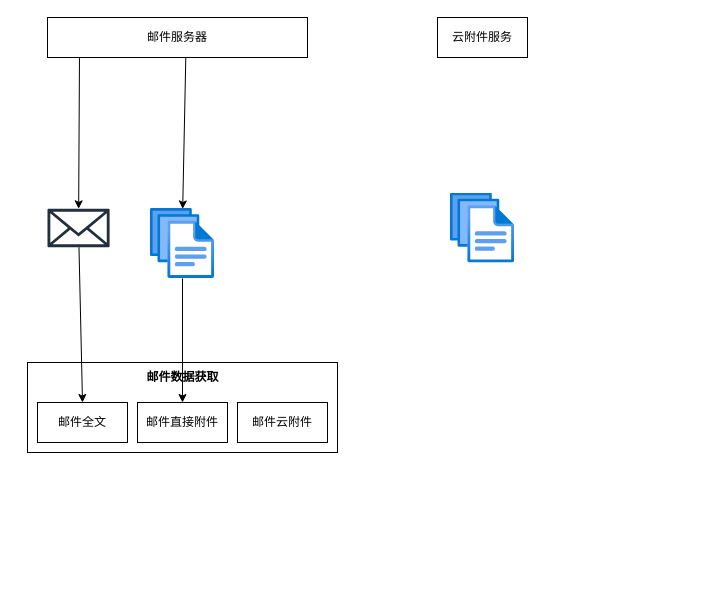
Before: 各种图.drawio in GreenTee-color/Documents, a draw.io diagram. Source tidied: cells renumbered, new cells numbered last; positions are measured from the earlier drawing's top-left corner, leaving out a move shared by most shapes. Both pictures are drawn from the tidied source at 100%, with x=0, y=0 at pixel (27, 17).
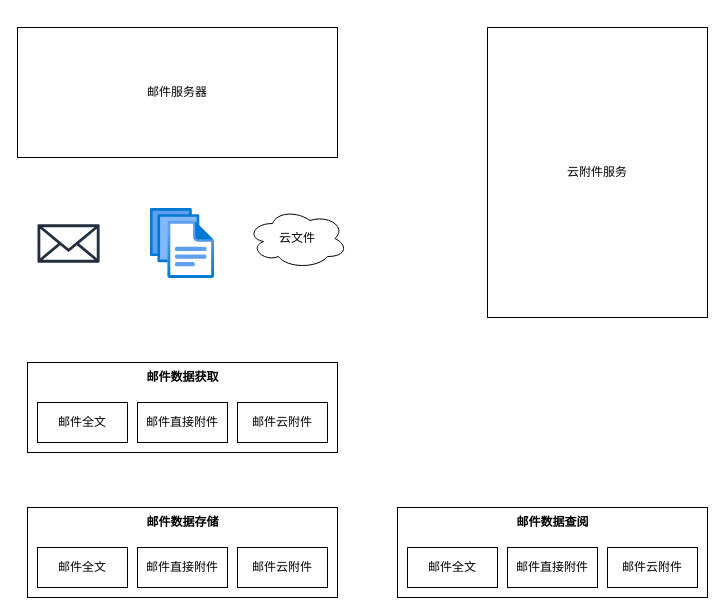
The same diagram, later.

Commit message (it also covers changes not shown here):
更新各种图.drawio

Unchanged cells that the change refers to:
```xml
<mxCell id="8" style="image;html=1;points=[];align=center;fontSize=12;image=img/lib/azure2/general/Files.svg;" parent="1" vertex="1">
  <mxGeometry x="123" y="191" width="64" height="70" as="geometry" />
</mxCell>
<mxCell id="11" value="邮件全文" style="rounded=0;whiteSpace=wrap;html=1;" parent="9" vertex="1">
  <mxGeometry x="10" y="40" width="90" height="40" as="geometry" />
</mxCell>
<mxCell id="12" value="邮件直接附件" style="rounded=0;whiteSpace=wrap;html=1;" parent="9" vertex="1">
  <mxGeometry x="110" y="40" width="90" height="40" as="geometry" />
</mxCell>
```

Change to the diagram source:
```diff
@@
-    <mxCell id="2" style="rounded=0;jettySize=auto;html=1;exitX=0.123;exitY=1.015;exitDx=0;exitDy=0;exitPerimeter=0;" parent="1" edge="1" source="4" target="6">
-      <mxGeometry relative="1" as="geometry" />
-    </mxCell>
-    <mxCell id="3" style="rounded=0;jettySize=auto;html=1;entryX=0.503;entryY=0.006;entryDx=0;entryDy=0;entryPerimeter=0;exitX=0.532;exitY=0.975;exitDx=0;exitDy=0;exitPerimeter=0;" parent="1" edge="1" source="4" target="8">
-      <mxGeometry relative="1" as="geometry" />
-    </mxCell>
     <mxCell id="4" value="邮件服务器" style="rounded=0;whiteSpace=wrap;html=1;" parent="1" vertex="1">
-      <mxGeometry x="20" width="260" height="40" as="geometry" />
+      <mxGeometry x="-10" y="10" width="320" height="130" as="geometry" />
     </mxCell>
     <mxCell id="5" value="云附件服务" style="rounded=0;whiteSpace=wrap;html=1;" parent="1" vertex="1">
-      <mxGeometry x="410" width="90" height="40" as="geometry" />
+      <mxGeometry x="460" y="10" width="220" height="290" as="geometry" />
     </mxCell>
     <mxCell id="6" style="sketch=0;outlineConnect=0;fontColor=#232F3E;gradientColor=none;fillColor=#232F3D;strokeColor=none;dashed=0;verticalLabelPosition=bottom;verticalAlign=top;align=center;html=1;fontSize=12;fontStyle=0;shape=mxgraph.aws4.email_2;" parent="1" vertex="1">
-      <mxGeometry x="20" y="191" width="62.1" height="39" as="geometry" />
+      <mxGeometry x="10" y="206.5" width="62.1" height="39" as="geometry" />
     </mxCell>
-    <mxCell id="7" style="image;html=1;align=center;fontSize=12;image=img/lib/azure2/general/Files.svg;" parent="1" vertex="1">
-      <mxGeometry x="423" y="175.5" width="64" height="70" as="geometry" />
-    </mxCell>
@@
-    <mxCell id="15" style="rounded=0;jettySize=auto;html=1;entryX=0.5;entryY=0;entryDx=0;entryDy=0;" parent="1" edge="1" source="6" target="11">
-      <mxGeometry relative="1" as="geometry" />
-    </mxCell>
-    <mxCell id="16" style="rounded=0;jettySize=auto;html=1;entryX=0.5;entryY=0;entryDx=0;entryDy=0;" parent="1" edge="1" source="8" target="12">
-      <mxGeometry relative="1" as="geometry" />
-    </mxCell>
+    <mxCell id="17" style="group;" parent="1" vertex="1">
+      <mxGeometry y="490" width="310" height="90" as="geometry" />
+    </mxCell>
+    <mxCell id="18" style="rounded=0;whiteSpace=wrap;html=1;" parent="17" vertex="1">
+      <mxGeometry width="310" height="90" as="geometry" />
+    </mxCell>
+    <mxCell id="19" value="邮件全文" style="rounded=0;whiteSpace=wrap;html=1;" parent="17" vertex="1">
+      <mxGeometry x="10" y="40" width="90" height="40" as="geometry" />
+    </mxCell>
+    <mxCell id="20" value="邮件直接附件" style="rounded=0;whiteSpace=wrap;html=1;" parent="17" vertex="1">
+      <mxGeometry x="110" y="40" width="90" height="40" as="geometry" />
+    </mxCell>
+    <mxCell id="21" value="邮件云附件" style="rounded=0;whiteSpace=wrap;html=1;" parent="17" vertex="1">
+      <mxGeometry x="210" y="40" width="90" height="40" as="geometry" />
+    </mxCell>
+    <mxCell id="22" value="邮件数据存储" style="text;html=1;align=center;verticalAlign=middle;strokeColor=none;fillColor=none;fontStyle=1;" parent="17" vertex="1">
+      <mxGeometry x="105" width="100" height="30" as="geometry" />
+    </mxCell>
+    <mxCell id="23" style="group;" parent="1" vertex="1">
+      <mxGeometry x="370" y="490" width="310" height="90" as="geometry" />
+    </mxCell>
+    <mxCell id="24" style="rounded=0;whiteSpace=wrap;html=1;" parent="23" vertex="1">
+      <mxGeometry width="310" height="90" as="geometry" />
+    </mxCell>
+    <mxCell id="25" value="邮件全文" style="rounded=0;whiteSpace=wrap;html=1;" parent="23" vertex="1">
+      <mxGeometry x="10" y="40" width="90" height="40" as="geometry" />
+    </mxCell>
+    <mxCell id="26" value="邮件直接附件" style="rounded=0;whiteSpace=wrap;html=1;" parent="23" vertex="1">
+      <mxGeometry x="110" y="40" width="90" height="40" as="geometry" />
+    </mxCell>
+    <mxCell id="27" value="邮件云附件" style="rounded=0;whiteSpace=wrap;html=1;" parent="23" vertex="1">
+      <mxGeometry x="210" y="40" width="90" height="40" as="geometry" />
+    </mxCell>
+    <mxCell id="28" value="邮件数据查阅" style="text;html=1;align=center;verticalAlign=middle;strokeColor=none;fillColor=none;fontStyle=1;" parent="23" vertex="1">
+      <mxGeometry x="105" width="100" height="30" as="geometry" />
+    </mxCell>
+    <mxCell id="29" value="云文件" style="ellipse;shape=cloud;whiteSpace=wrap;html=1;align=center;" parent="1" vertex="1">
+      <mxGeometry x="220" y="191" width="100" height="60" as="geometry" />
+    </mxCell>
```
